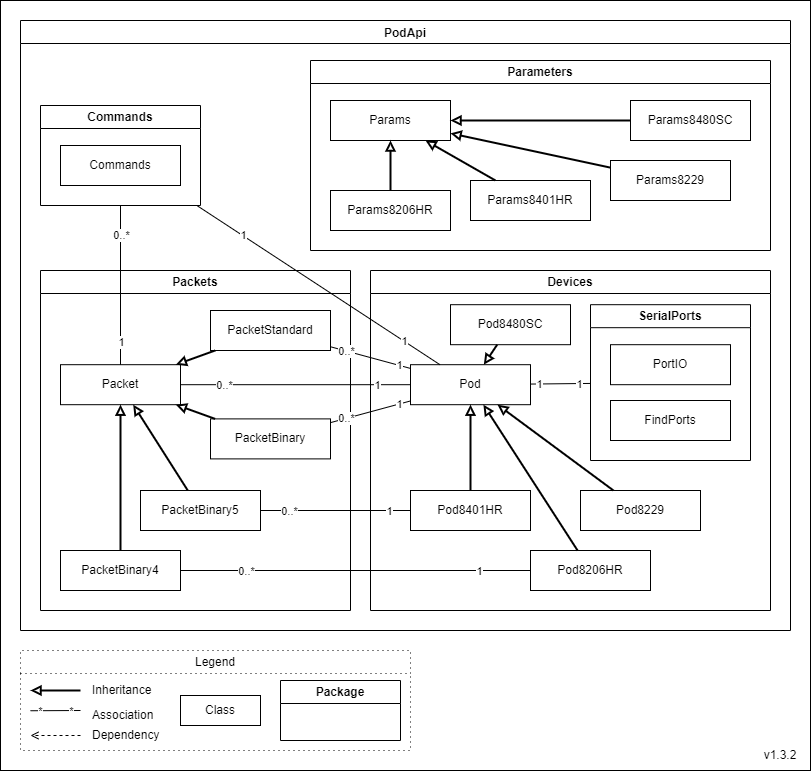
Earlier version of the draw.io export Documents/Diagrams/class-diagrams-PodApi.png (Pinnacle-Technology-Inc/Morelia). Source tidied: cells renumbered, new cells last; positions are measured from the earlier drawing's top-left corner, leaving out a move shared by most shapes.
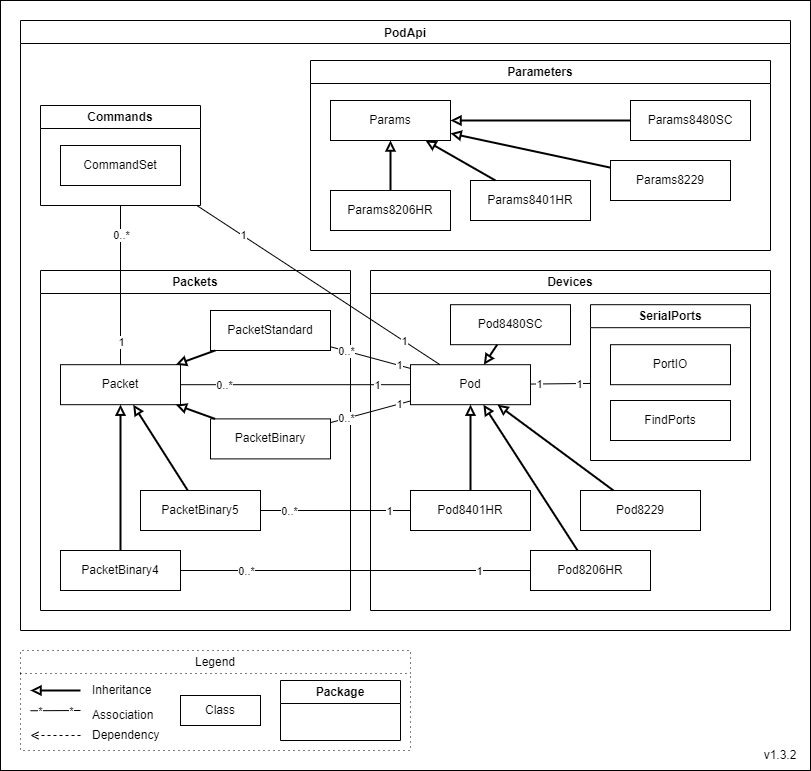
Above is the later version.

Diff of the diagram source:
```diff
@@ -88,7 +88,7 @@
     <mxCell id="26" value="Commands" style="swimlane;whiteSpace=wrap;html=1;" parent="15" vertex="1">
       <mxGeometry x="20" y="85" width="160" height="100" as="geometry" />
     </mxCell>
-    <mxCell id="27" value="Commands" style="rounded=0;whiteSpace=wrap;html=1;fontStyle=0;" parent="26" vertex="1">
+    <mxCell id="27" value="CommandSet" style="rounded=0;whiteSpace=wrap;html=1;fontStyle=0;" parent="26" vertex="1">
       <mxGeometry x="20" y="40" width="120" height="40" as="geometry" />
     </mxCell>
     <mxCell id="28" value="Packets" style="swimlane;whiteSpace=wrap;html=1;" parent="15" vertex="1">
```
